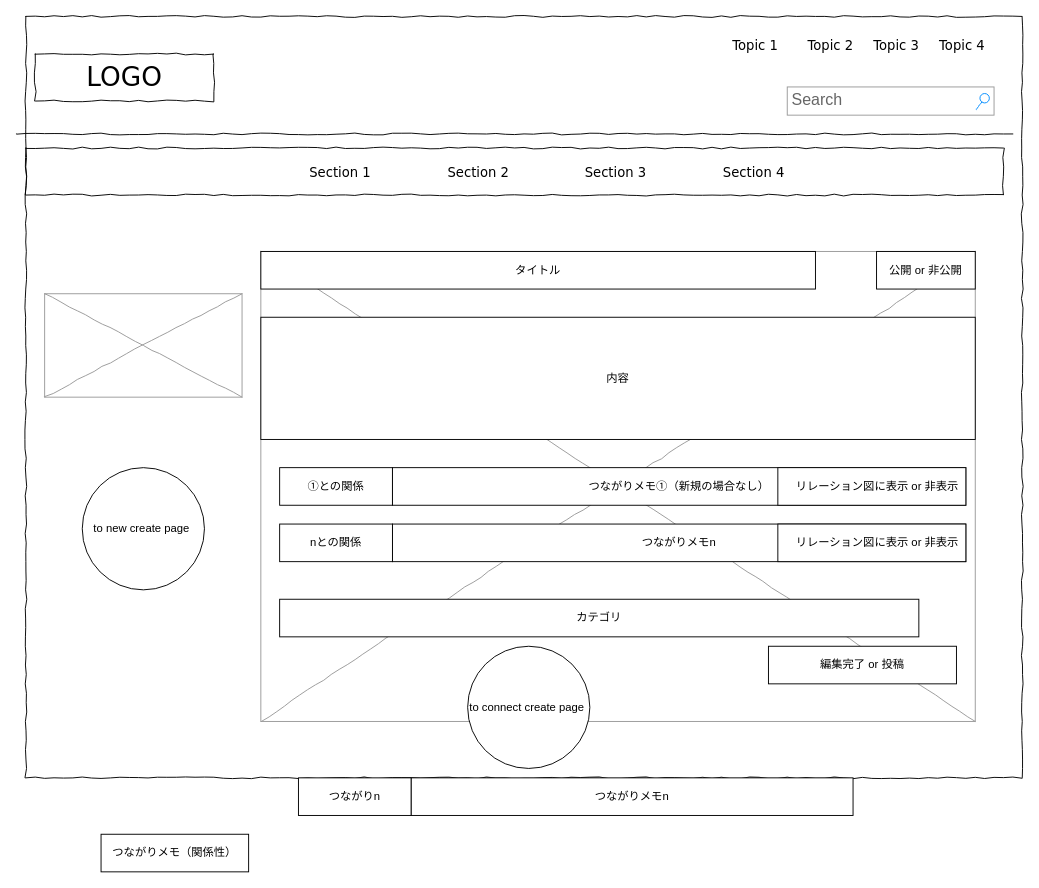
Before: page "main 編集2" (6 of 8) of Untitled Diagram.drawio in kyon-kyon/port2, a draw.io diagram. Source tidied: cells renumbered, new cells numbered last; positions are measured from the earlier drawing's top-left corner, leaving out a move shared by most shapes. Both pictures are drawn from the tidied source at 94%, with x=0, y=0 at pixel (16, 16).
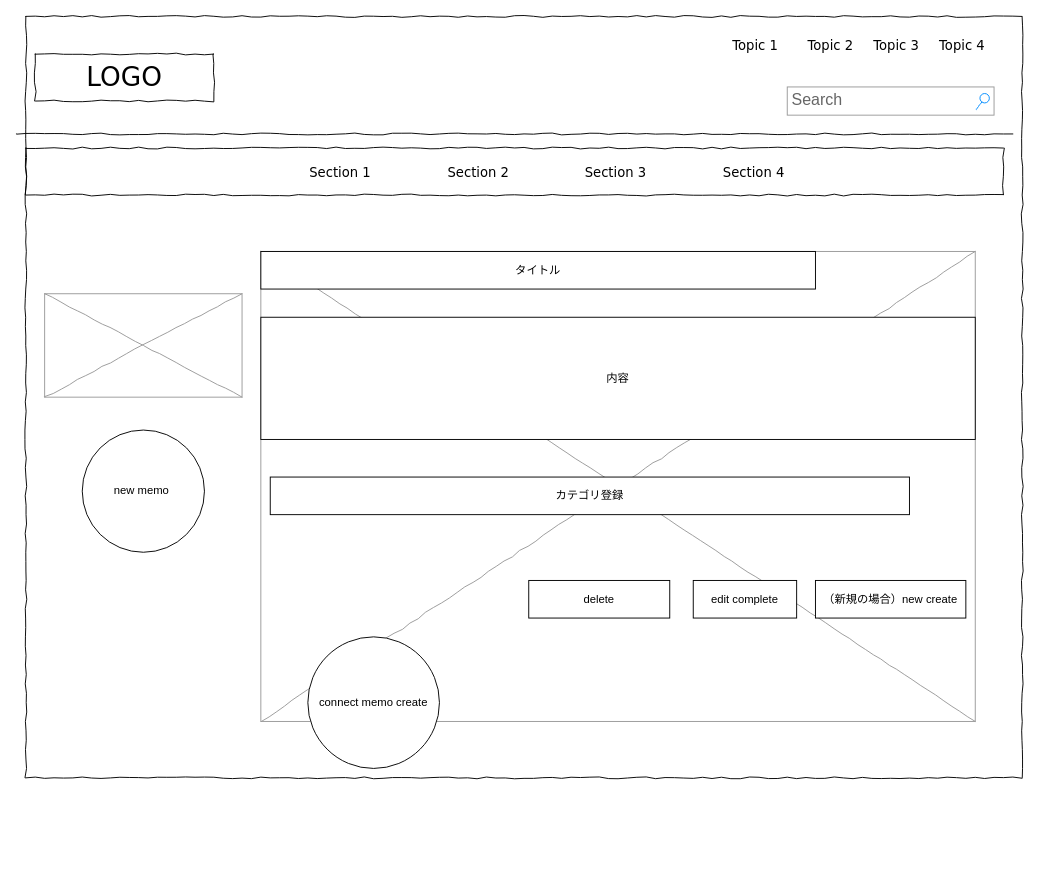
The same page after the edit.

The edit, as a diff of the source:
```diff
@@
-    <mxCell id="17" value="カテゴリ" style="rounded=0;whiteSpace=wrap;html=1;" parent="1" vertex="1">
-      <mxGeometry x="280" y="620" width="680" height="40" as="geometry" />
+    <mxCell id="17" value="カテゴリ登録" style="rounded=0;whiteSpace=wrap;html=1;" parent="1" vertex="1">
+      <mxGeometry x="270" y="490" width="680" height="40" as="geometry" />
     </mxCell>
@@
-    <mxCell id="19" value="つながりメモ（関係性）" style="rounded=0;whiteSpace=wrap;html=1;" parent="1" vertex="1">
-      <mxGeometry x="90" y="870" width="157" height="40" as="geometry" />
-    </mxCell>
-    <mxCell id="20" value="①との関係" style="rounded=0;whiteSpace=wrap;html=1;" parent="1" vertex="1">
-      <mxGeometry x="280" y="480" width="120" height="40" as="geometry" />
-    </mxCell>
@@
-    <mxCell id="22" value="つながりメモ①（新規の場合なし）" style="rounded=0;whiteSpace=wrap;html=1;" parent="1" vertex="1">
-      <mxGeometry x="400" y="480" width="610" height="40" as="geometry" />
-    </mxCell>
-    <mxCell id="23" value="つながりn" style="rounded=0;whiteSpace=wrap;html=1;" parent="1" vertex="1">
-      <mxGeometry x="300" y="810" width="120" height="40" as="geometry" />
-    </mxCell>
-    <mxCell id="24" value="つながりメモn" style="rounded=0;whiteSpace=wrap;html=1;" parent="1" vertex="1">
-      <mxGeometry x="420" y="810" width="470" height="40" as="geometry" />
-    </mxCell>
-    <mxCell id="25" value="公開 or 非公開" style="rounded=0;whiteSpace=wrap;html=1;" parent="1" vertex="1">
-      <mxGeometry x="915" y="250" width="105" height="40" as="geometry" />
-    </mxCell>
-    <mxCell id="26" value="編集完了 or 投稿" style="rounded=0;whiteSpace=wrap;html=1;" parent="1" vertex="1">
-      <mxGeometry x="800" y="670" width="200" height="40" as="geometry" />
+    <mxCell id="26" value="（新規の場合）new create" style="rounded=0;whiteSpace=wrap;html=1;" parent="1" vertex="1">
+      <mxGeometry x="850" y="600" width="160" height="40" as="geometry" />
     </mxCell>
-    <mxCell id="27" value="to new create page&amp;nbsp;" style="ellipse;whiteSpace=wrap;html=1;" parent="1" vertex="1">
-      <mxGeometry x="70" y="480" width="130" height="130" as="geometry" />
-    </mxCell>
-    <mxCell id="28" value="つながりメモn" style="rounded=0;whiteSpace=wrap;html=1;" parent="1" vertex="1">
-      <mxGeometry x="400" y="540" width="610" height="40" as="geometry" />
-    </mxCell>
-    <mxCell id="29" value="nとの関係" style="rounded=0;whiteSpace=wrap;html=1;" parent="1" vertex="1">
-      <mxGeometry x="280" y="540" width="120" height="40" as="geometry" />
-    </mxCell>
-    <mxCell id="30" value="to connect create page&amp;nbsp;" style="ellipse;whiteSpace=wrap;html=1;" parent="1" vertex="1">
-      <mxGeometry x="480" y="670" width="130" height="130" as="geometry" />
-    </mxCell>
-    <mxCell id="31" value="　リレーション図に表示 or 非表示" style="rounded=0;whiteSpace=wrap;html=1;" parent="1" vertex="1">
-      <mxGeometry x="810" y="480" width="200" height="40" as="geometry" />
-    </mxCell>
-    <mxCell id="32" value="　リレーション図に表示 or 非表示" style="rounded=0;whiteSpace=wrap;html=1;" parent="1" vertex="1">
-      <mxGeometry x="810" y="540" width="200" height="40" as="geometry" />
-    </mxCell>
+    <mxCell id="33" value="delete" style="rounded=0;whiteSpace=wrap;html=1;" parent="1" vertex="1">
+      <mxGeometry x="545" y="600" width="150" height="40" as="geometry" />
+    </mxCell>
+    <mxCell id="34" value="edit complete" style="rounded=0;whiteSpace=wrap;html=1;" parent="1" vertex="1">
+      <mxGeometry x="720" y="600" width="110" height="40" as="geometry" />
+    </mxCell>
+    <mxCell id="35" value="new memo&amp;nbsp;" style="ellipse;whiteSpace=wrap;html=1;" parent="1" vertex="1">
+      <mxGeometry x="70" y="440" width="130" height="130" as="geometry" />
+    </mxCell>
+    <mxCell id="36" value="connect memo create" style="ellipse;whiteSpace=wrap;html=1;" parent="1" vertex="1">
+      <mxGeometry x="310" y="660" width="140" height="140" as="geometry" />
+    </mxCell>
```
